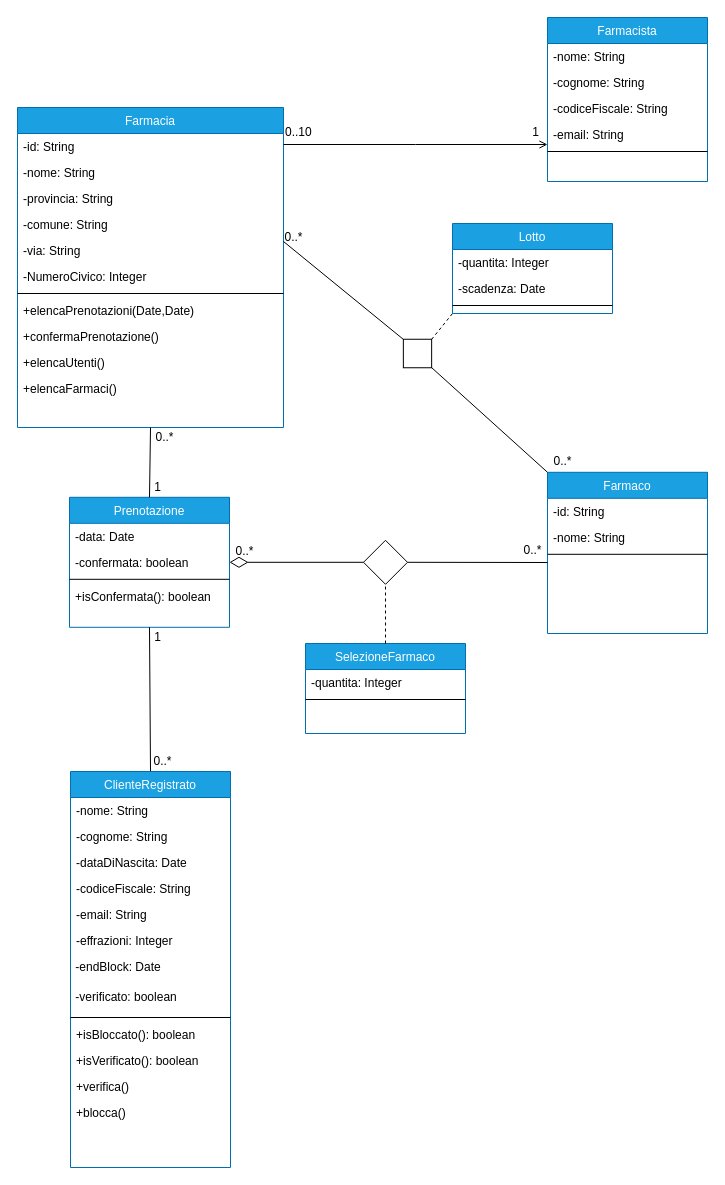
The draw.io diagram page "DominioFarmacia" (1 of 2) of drawio/Progettazione/DettaglioFarmacia.drawio in lnwor/farmabyte-doc, before the edit. Source tidied: cells renumbered, new cells numbered last; positions are measured from the earlier drawing's top-left corner, leaving out a move shared by most shapes. Both pictures are drawn from the tidied source at 100%, with x=0, y=0 at pixel (17, 17).
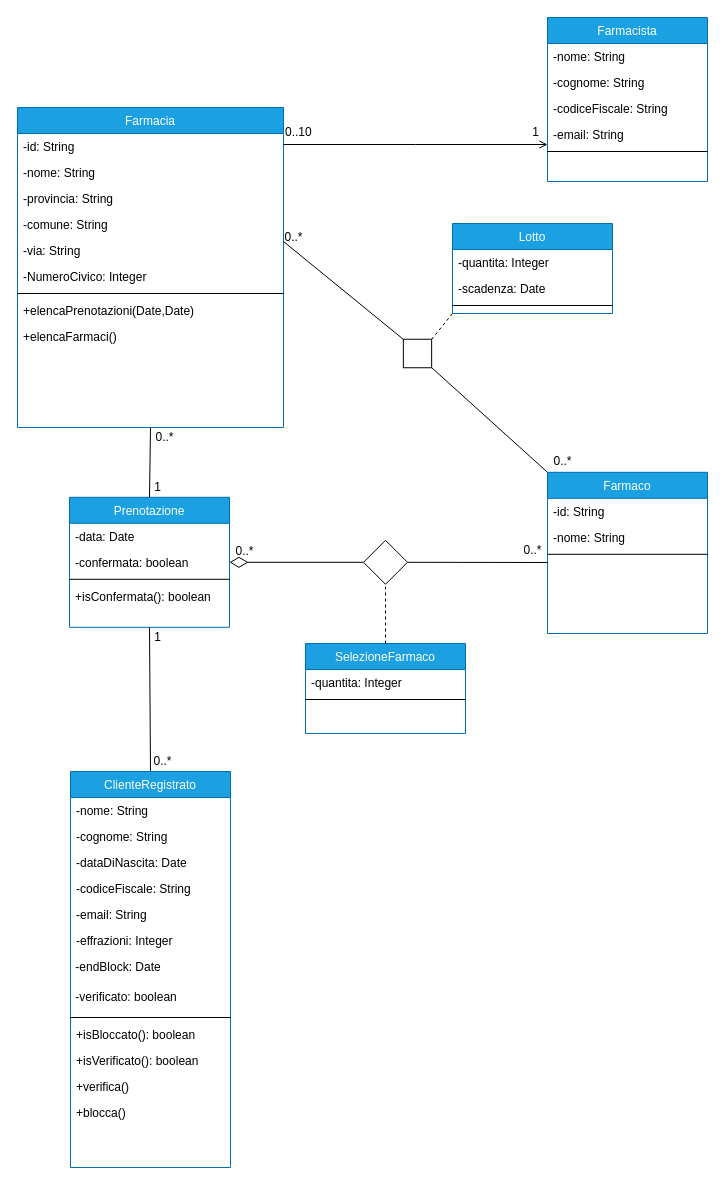
The same diagram, later.

Unchanged cells that the change refers to:
```xml
<mxCell id="2" value="Farmacia" style="swimlane;fontStyle=0;align=center;verticalAlign=top;horizontal=1;startSize=26;rounded=0;shadow=0;strokeWidth=1;fillColor=#1ba1e2;strokeColor=#006EAF;fontColor=#ffffff;" parent="1" vertex="1">
  <mxGeometry y="90" width="266" height="320" as="geometry" />
</mxCell>
```

Diff of the diagram source:
```diff
@@
-    <mxCell id="11" value="+confermaPrenotazione()" style="text;align=left;verticalAlign=top;spacingLeft=4;spacingRight=4;overflow=hidden;" parent="2" vertex="1">
-      <mxGeometry y="216" width="266" height="26" as="geometry" />
-    </mxCell>
-    <mxCell id="12" value="+elencaUtenti()" style="text;align=left;verticalAlign=top;spacingLeft=4;spacingRight=4;overflow=hidden;" parent="2" vertex="1">
-      <mxGeometry y="242" width="266" height="26" as="geometry" />
-    </mxCell>
     <mxCell id="13" value="+elencaFarmaci()" style="text;align=left;verticalAlign=top;spacingLeft=4;spacingRight=4;overflow=hidden;" parent="2" vertex="1">
-      <mxGeometry y="268" width="266" height="26" as="geometry" />
+      <mxGeometry y="216" width="266" height="26" as="geometry" />
     </mxCell>
```
